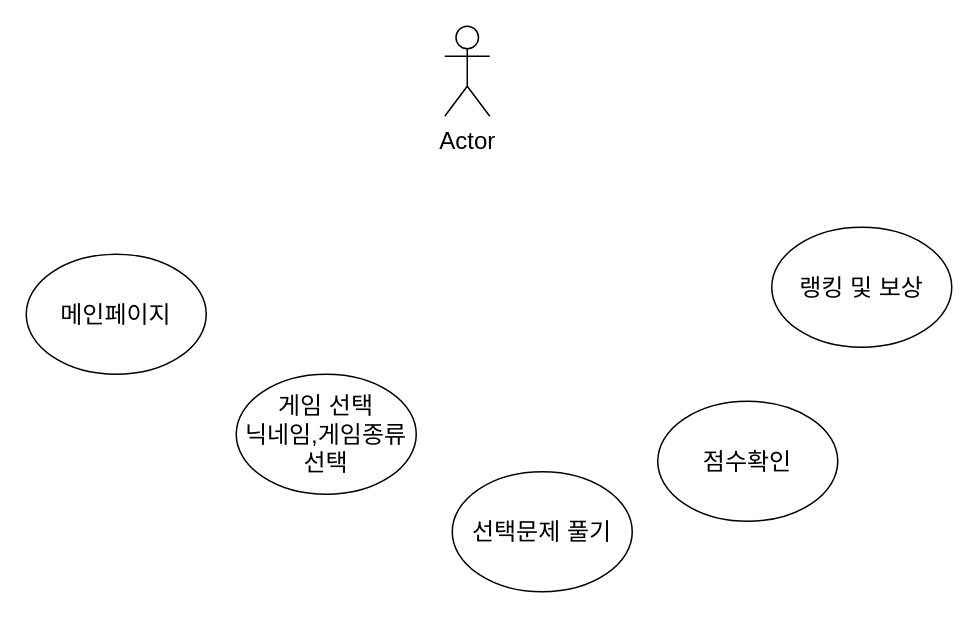
Above: miniproject.drawio in dlwlgnsrhy/BigData (draw.io), before the change. Source tidied: cells renumbered, new cells numbered last; positions are measured from the earlier drawing's top-left corner, leaving out a move shared by most shapes. Both pictures are drawn from the tidied source at 150%, with x=0, y=0 at pixel (26, 26).
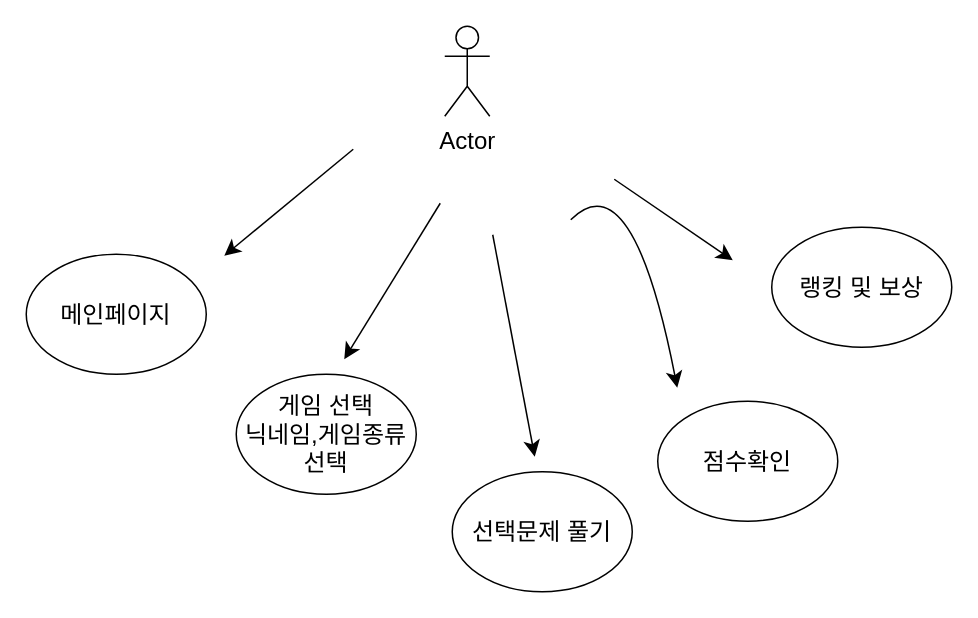
The same page after the edit.

Diff of the diagram source:
```diff
@@
 <mxGraphModel>
   <root>
     <mxCell id="0" />
     <mxCell id="1" parent="0" />
     <mxCell id="2" value="메인페이지" style="ellipse;whiteSpace=wrap;html=1;fontSize=16;" parent="1" vertex="1">
       <mxGeometry y="152" width="120" height="80" as="geometry" />
     </mxCell>
     <mxCell id="3" value="Actor" style="shape=umlActor;verticalLabelPosition=bottom;verticalAlign=top;html=1;fontSize=16;" parent="1" vertex="1">
       <mxGeometry x="279" width="30" height="60" as="geometry" />
     </mxCell>
     <mxCell id="4" value="게임 선택&lt;br&gt;닉네임,게임종류선택" style="ellipse;whiteSpace=wrap;html=1;fontSize=16;" parent="1" vertex="1">
       <mxGeometry x="140" y="232" width="120" height="80" as="geometry" />
     </mxCell>
     <mxCell id="5" value="선택문제 풀기&lt;br&gt;" style="ellipse;whiteSpace=wrap;html=1;fontSize=16;" parent="1" vertex="1">
       <mxGeometry x="284" y="297" width="120" height="80" as="geometry" />
     </mxCell>
     <mxCell id="6" value="점수확인" style="ellipse;whiteSpace=wrap;html=1;fontSize=16;" parent="1" vertex="1">
       <mxGeometry x="421" y="250" width="120" height="80" as="geometry" />
     </mxCell>
     <mxCell id="7" value="랭킹 및 보상" style="ellipse;whiteSpace=wrap;html=1;fontSize=16;" parent="1" vertex="1">
       <mxGeometry x="497" y="134" width="120" height="80" as="geometry" />
     </mxCell>
+    <mxCell id="8" style="endArrow=classic;html=1;rounded=0;fontSize=12;startSize=8;endSize=8;curved=1;" parent="1" edge="1">
+      <mxGeometry relative="1" as="geometry">
+        <mxPoint x="218" y="82" as="sourcePoint" />
+        <mxPoint x="132" y="153" as="targetPoint" />
+      </mxGeometry>
+    </mxCell>
+    <mxCell id="9" style="endArrow=classic;html=1;rounded=0;fontSize=12;startSize=8;endSize=8;curved=1;" parent="1" edge="1">
+      <mxGeometry relative="1" as="geometry">
+        <mxPoint x="311" y="139" as="sourcePoint" />
+        <mxPoint x="339" y="287" as="targetPoint" />
+      </mxGeometry>
+    </mxCell>
+    <mxCell id="10" style="endArrow=classic;html=1;rounded=0;fontSize=12;startSize=8;endSize=8;curved=1;" parent="1" edge="1">
+      <mxGeometry relative="1" as="geometry">
+        <mxPoint x="363" y="129" as="sourcePoint" />
+        <mxPoint x="434" y="241" as="targetPoint" />
+        <Array as="points">
+          <mxPoint x="404" y="88" />
+        </Array>
+      </mxGeometry>
+    </mxCell>
+    <mxCell id="11" style="endArrow=classic;html=1;rounded=0;fontSize=12;startSize=8;endSize=8;curved=1;" parent="1" edge="1">
+      <mxGeometry relative="1" as="geometry">
+        <mxPoint x="392" y="102" as="sourcePoint" />
+        <mxPoint x="471" y="156" as="targetPoint" />
+      </mxGeometry>
+    </mxCell>
+    <mxCell id="12" style="edgeStyle=none;curved=1;rounded=0;orthogonalLoop=1;jettySize=auto;html=1;exitX=0.5;exitY=0;exitDx=0;exitDy=0;fontSize=12;startSize=8;endSize=8;" parent="1" edge="1" source="5" target="5">
+      <mxGeometry relative="1" as="geometry" />
+    </mxCell>
+    <mxCell id="13" style="endArrow=classic;html=1;rounded=0;fontSize=12;startSize=8;endSize=8;curved=1;" parent="1" edge="1">
+      <mxGeometry relative="1" as="geometry">
+        <mxPoint x="276" y="118" as="sourcePoint" />
+        <mxPoint x="212" y="222" as="targetPoint" />
+      </mxGeometry>
+    </mxCell>
   </root>
 </mxGraphModel>
```
